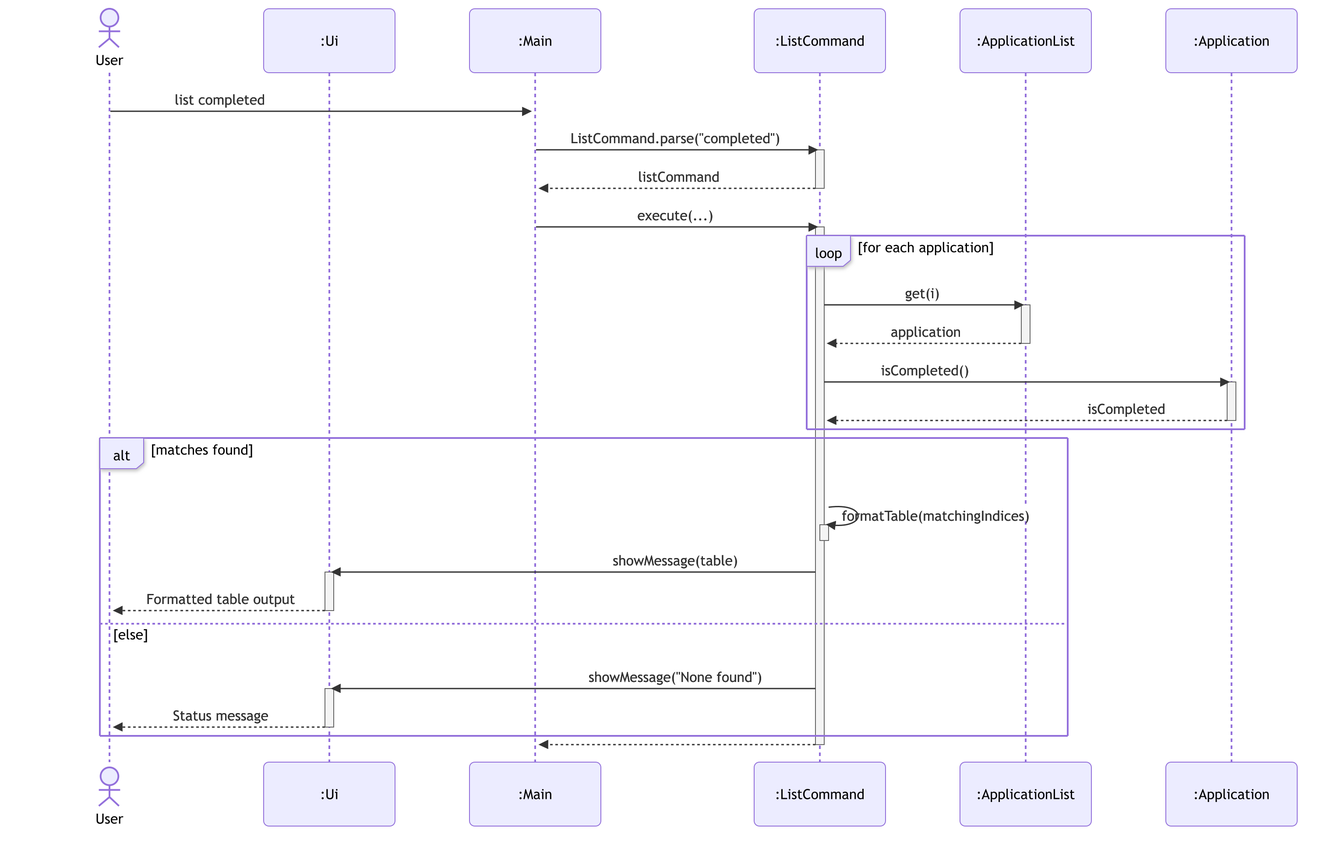
This is docs/diagrams/list-application-sequence.png from AY2627S1-CS2113-T10-2/tp, a Mermaid export, as it was before one commit. Its source is kept beside it as docs/diagrams/sources/list-application-sequence.mmd.
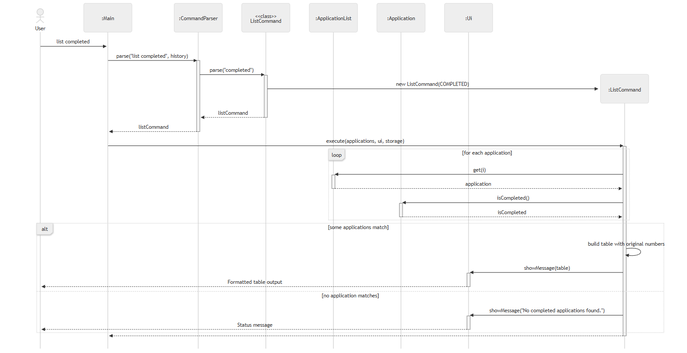
The same file after the commit.

Change to the diagram source:
```diff
@@ -1,20 +1,25 @@
-%%{init: {'theme': 'default', 'sequence': {'actorMargin': 85, 'messageMargin': 45}}}%%
-%%{init: {'theme': 'default', 'sequence': {'actorMargin': 85, 'messageMargin': 45}}}%%
-%%{init: {'theme': 'default', 'sequence': {'actorMargin': 85, 'messageMargin': 45}}}%%
+%%{init: {'theme': 'neutral', 'sequence': {'mirrorActors': false, 'actorMargin': 60, 'messageMargin': 28}}}%%
 sequenceDiagram
     actor user as User
-    participant ui as :Ui
     participant main as :Main
-    participant cmd as :ListCommand
+    participant parser as :CommandParser
+    participant lcls as <<class>><br/>ListCommand
     participant list as :ApplicationList
     participant app as :Application
+    participant ui as :Ui
 
     user->>main: list completed
-    main->>cmd: ListCommand.parse("completed")
-    activate cmd
-    cmd-->>main: listCommand
-    deactivate cmd
-    main->>cmd: execute(...)
+    main->>parser: parse("list completed", history)
+    activate parser
+    parser->>lcls: parse("completed")
+    activate lcls
+    create participant cmd as :ListCommand
+    lcls->>cmd: new ListCommand(COMPLETED)
+    lcls-->>parser: listCommand
+    deactivate lcls
+    parser-->>main: listCommand
+    deactivate parser
+    main->>cmd: execute(applications, ui, storage)
     activate cmd
 
     loop for each application
@@ -28,20 +33,17 @@
         deactivate app
     end
 
-    alt matches found
-        cmd->>cmd: formatTable(matchingIndices)
-        activate cmd
-        deactivate cmd
+    alt some applications match
+        cmd->>cmd: build table with original numbers
         cmd->>ui: showMessage(table)
         activate ui
         ui-->>user: Formatted table output
         deactivate ui
-    else else
-        cmd->>ui: showMessage("None found")
+    else no application matches
+        cmd->>ui: showMessage("No completed applications found.")
         activate ui
         ui-->>user: Status message
         deactivate ui
     end
-
     cmd-->>main:
     deactivate cmd
```
